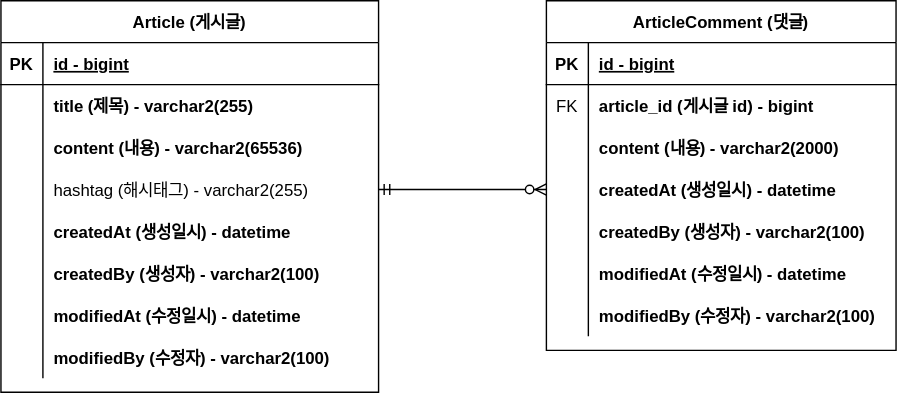
Earlier version of the draw.io export wise-groupware/document/group-ware.drawio.svg (dongeranguk/wise-groupware). Source tidied: cells renumbered, new cells last; positions are measured from the earlier drawing's top-left corner, leaving out a move shared by most shapes.
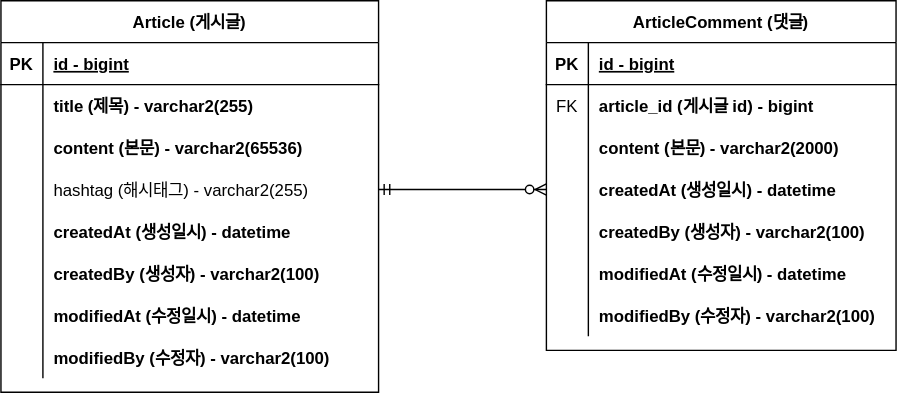
Later version of the same file.

Commit message:
#9 - ERD 주석 업데이트 : group-ware.drawio.svg

Change to the diagram source:
```diff
@@ -29,7 +29,7 @@
     <mxCell id="10" style="shape=partialRectangle;overflow=hidden;fillColor=none;top=0;left=0;bottom=0;right=0;" parent="9" vertex="1">
       <mxGeometry width="30" height="30" as="geometry" />
     </mxCell>
-    <mxCell id="11" value="content (내용) - varchar2(2000)" style="shape=partialRectangle;overflow=hidden;fillColor=none;top=0;left=0;bottom=0;right=0;align=left;spacingLeft=6;fontStyle=1;" parent="9" vertex="1">
+    <mxCell id="11" value="content (본문) - varchar2(2000)" style="shape=partialRectangle;overflow=hidden;fillColor=none;top=0;left=0;bottom=0;right=0;align=left;spacingLeft=6;fontStyle=1;" parent="9" vertex="1">
       <mxGeometry x="30" width="220" height="30" as="geometry" />
     </mxCell>
     <mxCell id="12" style="shape=partialRectangle;fillColor=none;points=[[0,0.5],[1,0.5]];portConstraint=eastwest;top=0;left=0;right=0;bottom=0;" parent="2" vertex="1">
@@ -95,7 +95,7 @@
     <mxCell id="32" style="shape=partialRectangle;overflow=hidden;fillColor=none;top=0;left=0;bottom=0;right=0;" parent="31" vertex="1">
       <mxGeometry width="30" height="30" as="geometry" />
     </mxCell>
-    <mxCell id="33" value="content (내용) - varchar2(65536)" style="shape=partialRectangle;overflow=hidden;fillColor=none;top=0;left=0;bottom=0;right=0;align=left;spacingLeft=6;fontStyle=1;" parent="31" vertex="1">
+    <mxCell id="33" value="content (본문) - varchar2(65536)" style="shape=partialRectangle;overflow=hidden;fillColor=none;top=0;left=0;bottom=0;right=0;align=left;spacingLeft=6;fontStyle=1;" parent="31" vertex="1">
       <mxGeometry x="30" width="240" height="30" as="geometry" />
     </mxCell>
     <mxCell id="34" style="shape=partialRectangle;fillColor=none;points=[[0,0.5],[1,0.5]];portConstraint=eastwest;top=0;left=0;right=0;bottom=0;" parent="24" vertex="1">
```
